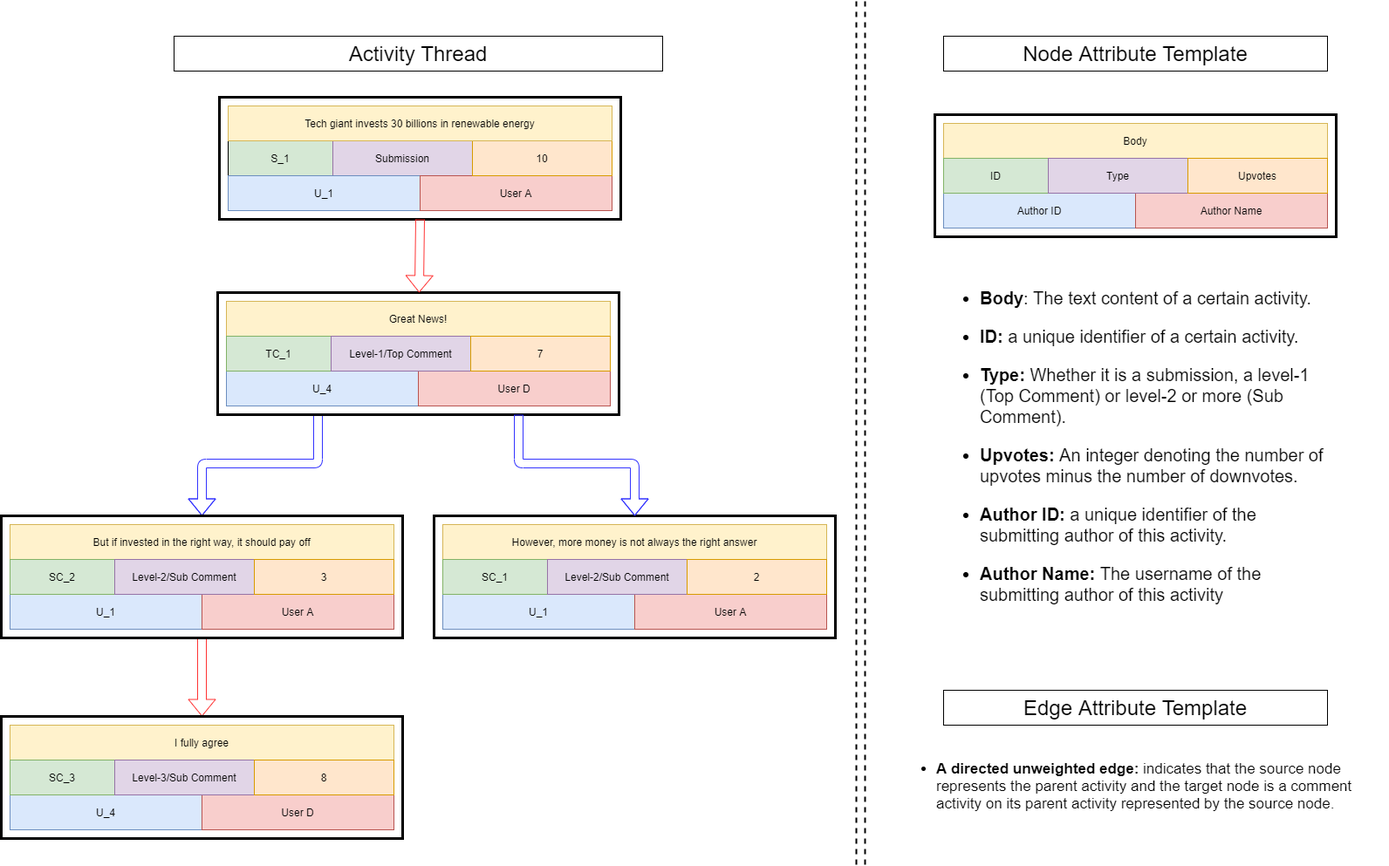
This is docs/figures/figures/Activity_Thread_one_submission.png from MohammedGuniem/social-media-influence-analyzer, a draw.io export, as it was before one commit. Source tidied: cells renumbered, new cells last; positions are measured from the earlier drawing's top-left corner, leaving out a move shared by most shapes.
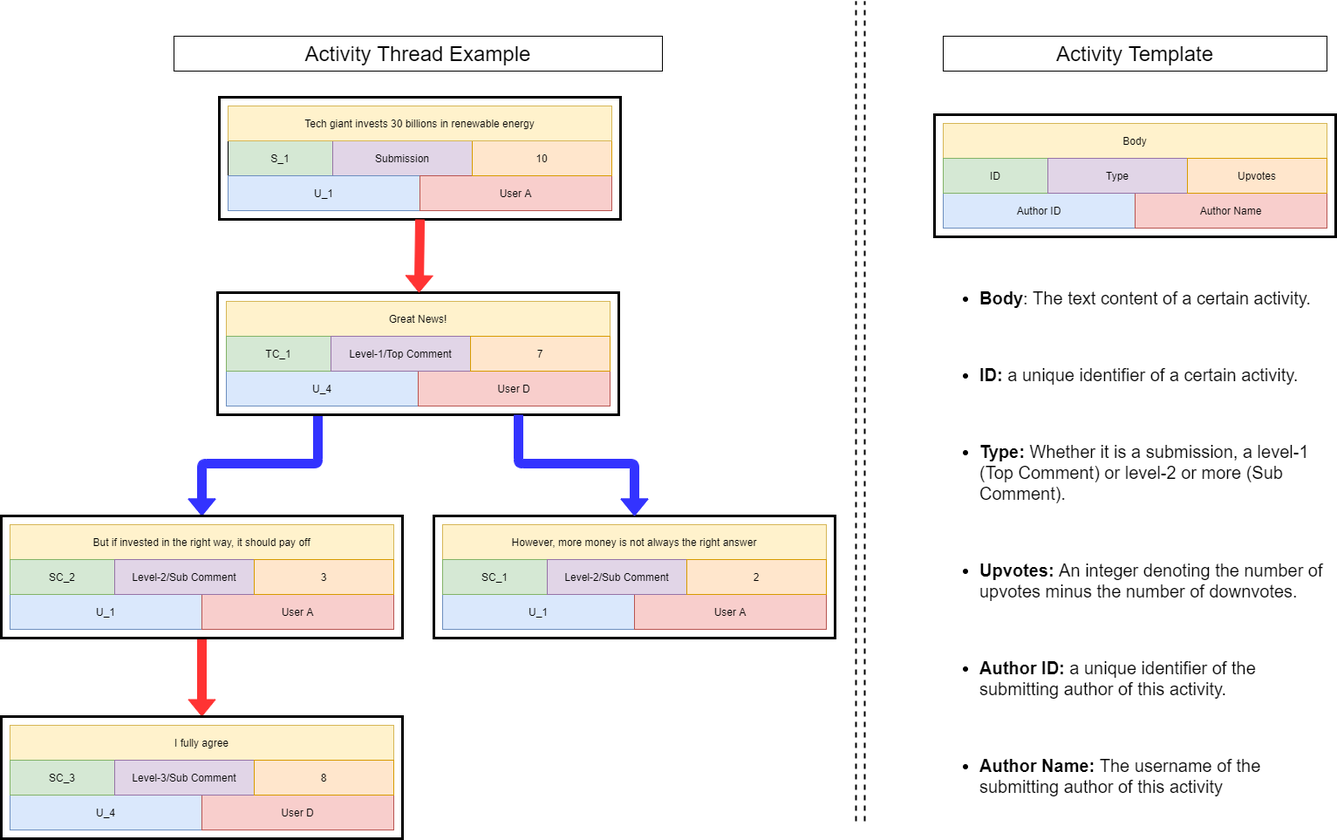
Above is the later version.

Change to the diagram source:
```diff
@@ -107,31 +107,31 @@
     <mxCell id="36" value="Upvotes" style="rounded=0;whiteSpace=wrap;html=1;strokeColor=#d79b00;fillColor=#ffe6cc;" parent="1" vertex="1">
       <mxGeometry x="1360" y="180" width="160" height="40" as="geometry" />
     </mxCell>
-    <mxCell id="37" value="&lt;span style=&quot;font-size: 24px&quot;&gt;Node Attribute Template&lt;/span&gt;" style="text;html=1;fillColor=none;align=center;verticalAlign=middle;whiteSpace=wrap;rounded=0;strokeColor=#000000;" parent="1" vertex="1">
+    <mxCell id="37" value="&lt;font style=&quot;font-size: 24px&quot;&gt;Activity Template&lt;/font&gt;" style="text;html=1;fillColor=none;align=center;verticalAlign=middle;whiteSpace=wrap;rounded=0;strokeColor=#000000;" parent="1" vertex="1">
       <mxGeometry x="1080" y="40" width="440" height="40" as="geometry" />
     </mxCell>
     <mxCell id="38" style="endArrow=none;dashed=1;html=1;strokeWidth=2;" parent="1" edge="1">
       <mxGeometry relative="1" as="geometry">
-        <mxPoint x="980" y="990" as="sourcePoint" />
+        <mxPoint x="980" y="940" as="sourcePoint" />
         <mxPoint x="980" as="targetPoint" />
       </mxGeometry>
     </mxCell>
     <mxCell id="39" style="endArrow=none;dashed=1;html=1;strokeWidth=2;" parent="1" edge="1">
       <mxGeometry relative="1" as="geometry">
-        <mxPoint x="990" y="990" as="sourcePoint" />
+        <mxPoint x="990" y="940" as="sourcePoint" />
         <mxPoint x="990" as="targetPoint" />
       </mxGeometry>
     </mxCell>
-    <mxCell id="40" value="&lt;font style=&quot;font-size: 24px&quot;&gt;Activity Thread&lt;/font&gt;" style="text;html=1;fillColor=none;align=center;verticalAlign=middle;whiteSpace=wrap;rounded=0;strokeColor=#000000;" parent="1" vertex="1">
+    <mxCell id="40" value="&lt;font style=&quot;font-size: 24px&quot;&gt;Activity Thread Example&lt;/font&gt;" style="text;html=1;fillColor=none;align=center;verticalAlign=middle;whiteSpace=wrap;rounded=0;strokeColor=#000000;" parent="1" vertex="1">
       <mxGeometry x="198" y="40" width="560" height="40" as="geometry" />
     </mxCell>
-    <mxCell id="41" value="&lt;ul style=&quot;font-size: 20px&quot;&gt;&lt;li&gt;&lt;font style=&quot;font-size: 20px&quot;&gt;&lt;b&gt;Body&lt;/b&gt;: The text content of a certain activity.&lt;/font&gt;&lt;/li&gt;&lt;/ul&gt;&lt;ul style=&quot;font-size: 20px&quot;&gt;&lt;li&gt;&lt;font style=&quot;font-size: 20px&quot;&gt;&lt;b&gt;ID: &lt;/b&gt;a unique identifier of a certain activity.&lt;/font&gt;&lt;/li&gt;&lt;/ul&gt;&lt;ul style=&quot;font-size: 20px&quot;&gt;&lt;li&gt;&lt;font style=&quot;font-size: 20px&quot;&gt;&lt;b&gt;Type:&lt;/b&gt; Whether it is a submission, a level-1 (Top Comment) or level-2 or more (Sub Comment).&lt;/font&gt;&lt;/li&gt;&lt;/ul&gt;&lt;ul style=&quot;font-size: 20px&quot;&gt;&lt;li&gt;&lt;font style=&quot;font-size: 20px&quot;&gt;&lt;b&gt;Upvotes: &lt;/b&gt;An integer denoting the number of upvotes minus the number of downvotes.&lt;/font&gt;&lt;/li&gt;&lt;/ul&gt;&lt;ul style=&quot;font-size: 20px&quot;&gt;&lt;li&gt;&lt;font style=&quot;font-size: 20px&quot;&gt;&lt;b&gt;Author ID: &lt;/b&gt;a unique identifier of the submitting author of this activity.&lt;/font&gt;&lt;/li&gt;&lt;/ul&gt;&lt;ul style=&quot;font-size: 20px&quot;&gt;&lt;li&gt;&lt;font style=&quot;font-size: 20px&quot;&gt;&lt;b&gt;Author Name:&lt;/b&gt; The username of the submitting author of this activity&amp;nbsp;&lt;/font&gt;&lt;/li&gt;&lt;/ul&gt;" style="text;html=1;strokeColor=none;fillColor=none;align=left;verticalAlign=middle;whiteSpace=wrap;rounded=0;" parent="1" vertex="1">
-      <mxGeometry x="1080" y="320" width="440" height="380" as="geometry" />
+    <mxCell id="41" value="&lt;ul style=&quot;font-size: 20px&quot;&gt;&lt;li&gt;&lt;font style=&quot;font-size: 20px&quot;&gt;&lt;b&gt;Body&lt;/b&gt;: The text content of a certain activity.&lt;/font&gt;&lt;/li&gt;&lt;/ul&gt;&lt;div style=&quot;font-size: 20px&quot;&gt;&lt;font style=&quot;font-size: 20px&quot;&gt;&lt;br&gt;&lt;/font&gt;&lt;/div&gt;&lt;ul style=&quot;font-size: 20px&quot;&gt;&lt;li&gt;&lt;font style=&quot;font-size: 20px&quot;&gt;&lt;b&gt;ID: &lt;/b&gt;a unique identifier of a certain activity.&lt;/font&gt;&lt;/li&gt;&lt;/ul&gt;&lt;div style=&quot;font-size: 20px&quot;&gt;&lt;font style=&quot;font-size: 20px&quot;&gt;&lt;br&gt;&lt;/font&gt;&lt;/div&gt;&lt;ul style=&quot;font-size: 20px&quot;&gt;&lt;li&gt;&lt;font style=&quot;font-size: 20px&quot;&gt;&lt;b&gt;Type:&lt;/b&gt; Whether it is a submission, a level-1 (Top Comment) or level-2 or more (Sub Comment).&lt;/font&gt;&lt;/li&gt;&lt;/ul&gt;&lt;div style=&quot;font-size: 20px&quot;&gt;&lt;font style=&quot;font-size: 20px&quot;&gt;&lt;br&gt;&lt;/font&gt;&lt;/div&gt;&lt;ul style=&quot;font-size: 20px&quot;&gt;&lt;li&gt;&lt;font style=&quot;font-size: 20px&quot;&gt;&lt;b&gt;Upvotes: &lt;/b&gt;An integer denoting the number of upvotes minus the number of downvotes.&lt;/font&gt;&lt;/li&gt;&lt;/ul&gt;&lt;div style=&quot;font-size: 20px&quot;&gt;&lt;font style=&quot;font-size: 20px&quot;&gt;&lt;br&gt;&lt;/font&gt;&lt;/div&gt;&lt;ul style=&quot;font-size: 20px&quot;&gt;&lt;li&gt;&lt;font style=&quot;font-size: 20px&quot;&gt;&lt;b&gt;Author ID: &lt;/b&gt;a unique identifier of the submitting author of this activity.&lt;/font&gt;&lt;/li&gt;&lt;/ul&gt;&lt;div style=&quot;font-size: 20px&quot;&gt;&lt;font style=&quot;font-size: 20px&quot;&gt;&lt;br&gt;&lt;/font&gt;&lt;/div&gt;&lt;ul style=&quot;font-size: 20px&quot;&gt;&lt;li&gt;&lt;font style=&quot;font-size: 20px&quot;&gt;&lt;b&gt;Author Name:&lt;/b&gt; The username of the submitting author of this activity&amp;nbsp;&lt;/font&gt;&lt;/li&gt;&lt;/ul&gt;" style="text;html=1;strokeColor=none;fillColor=none;align=left;verticalAlign=middle;whiteSpace=wrap;rounded=0;" parent="1" vertex="1">
+      <mxGeometry x="1080" y="320" width="440" height="600" as="geometry" />
     </mxCell>
-    <mxCell id="42" style="shape=flexArrow;endArrow=classic;html=1;exitX=0.5;exitY=1;exitDx=0;exitDy=0;entryX=0.5;entryY=0;entryDx=0;entryDy=0;strokeColor=#FF3333;" parent="1" edge="1" source="47" target="48">
+    <mxCell id="42" style="shape=flexArrow;endArrow=classic;html=1;exitX=0.5;exitY=1;exitDx=0;exitDy=0;entryX=0.5;entryY=0;entryDx=0;entryDy=0;strokeColor=#FF3333;fillColor=#FF3333;" parent="1" edge="1" source="47" target="48">
       <mxGeometry relative="1" as="geometry" />
     </mxCell>
-    <mxCell id="43" style="shape=flexArrow;endArrow=classic;html=1;entryX=0.5;entryY=0;entryDx=0;entryDy=0;exitX=0.25;exitY=1;exitDx=0;exitDy=0;strokeColor=#3333FF;" parent="1" edge="1" source="46" target="47">
+    <mxCell id="43" style="shape=flexArrow;endArrow=classic;html=1;entryX=0.5;entryY=0;entryDx=0;entryDy=0;exitX=0.25;exitY=1;exitDx=0;exitDy=0;strokeColor=#3333FF;fillColor=#3333FF;" parent="1" edge="1" source="46" target="47">
       <mxGeometry relative="1" as="geometry">
         <Array as="points">
           <mxPoint x="363" y="530" />
@@ -160,10 +160,10 @@
     <mxCell id="50" value="Tech giant invests 30 billions in renewable energy" style="rounded=0;whiteSpace=wrap;html=1;fillColor=#fff2cc;strokeColor=#d6b656;" parent="1" vertex="1">
       <mxGeometry x="260" y="120" width="440" height="40" as="geometry" />
     </mxCell>
-    <mxCell id="51" style="shape=flexArrow;endArrow=classic;html=1;exitX=0.5;exitY=1;exitDx=0;exitDy=0;strokeColor=#FF3333;" parent="1" edge="1" source="44" target="46">
+    <mxCell id="51" style="shape=flexArrow;endArrow=classic;html=1;exitX=0.5;exitY=1;exitDx=0;exitDy=0;strokeColor=#FF3333;fillColor=#FF3333;" parent="1" edge="1" source="44" target="46">
       <mxGeometry relative="1" as="geometry" />
     </mxCell>
-    <mxCell id="52" style="shape=flexArrow;endArrow=classic;html=1;exitX=0.75;exitY=1;exitDx=0;exitDy=0;entryX=0.5;entryY=0;entryDx=0;entryDy=0;strokeColor=#3333FF;" parent="1" edge="1" source="46" target="45">
+    <mxCell id="52" style="shape=flexArrow;endArrow=classic;html=1;exitX=0.75;exitY=1;exitDx=0;exitDy=0;entryX=0.5;entryY=0;entryDx=0;entryDy=0;strokeColor=#3333FF;fillColor=#3333FF;" parent="1" edge="1" source="46" target="45">
       <mxGeometry relative="1" as="geometry">
         <Array as="points">
           <mxPoint x="593" y="530" />
@@ -171,11 +171,5 @@
         </Array>
       </mxGeometry>
     </mxCell>
-    <mxCell id="53" value="&lt;font style=&quot;font-size: 24px&quot;&gt;Edge&amp;nbsp;&lt;/font&gt;&lt;span style=&quot;font-size: 24px&quot;&gt;Attribute Template&lt;/span&gt;" style="text;html=1;fillColor=none;align=center;verticalAlign=middle;whiteSpace=wrap;rounded=0;strokeColor=#000000;" parent="1" vertex="1">
-      <mxGeometry x="1080" y="790" width="440" height="40" as="geometry" />
-    </mxCell>
-    <mxCell id="54" value="&lt;ul style=&quot;font-size: 17px&quot;&gt;&lt;li&gt;&lt;font style=&quot;font-size: 17px&quot;&gt;&lt;b&gt;A directed unweighted edge: &lt;/b&gt;indicates that the source node represents the parent activity and the target node is a comment activity on its parent activity represented by the source node.&amp;nbsp;&lt;/font&gt;&lt;/li&gt;&lt;/ul&gt;" style="text;html=1;strokeColor=none;fillColor=none;align=left;verticalAlign=middle;whiteSpace=wrap;rounded=0;" parent="1" vertex="1">
-      <mxGeometry x="1030" y="840" width="560" height="120" as="geometry" />
-    </mxCell>
   </root>
 </mxGraphModel>
```
